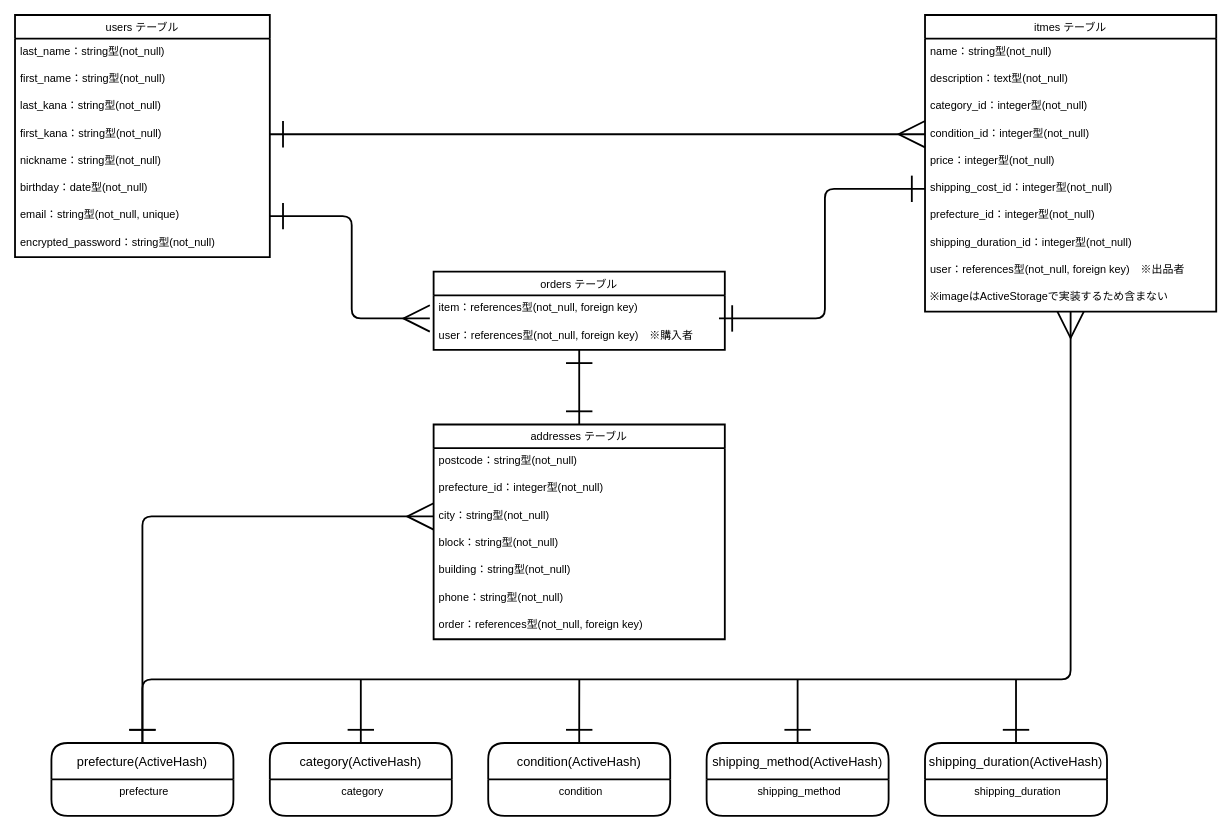
Earlier version of the draw.io diagram furimaER.dio (sssan-tech/furima-41472). Source tidied: cells renumbered, new cells numbered last; positions are measured from the earlier drawing's top-left corner, leaving out a move shared by most shapes. Both pictures are drawn from the tidied source at 91%, with x=0, y=0 at pixel (15, 15).
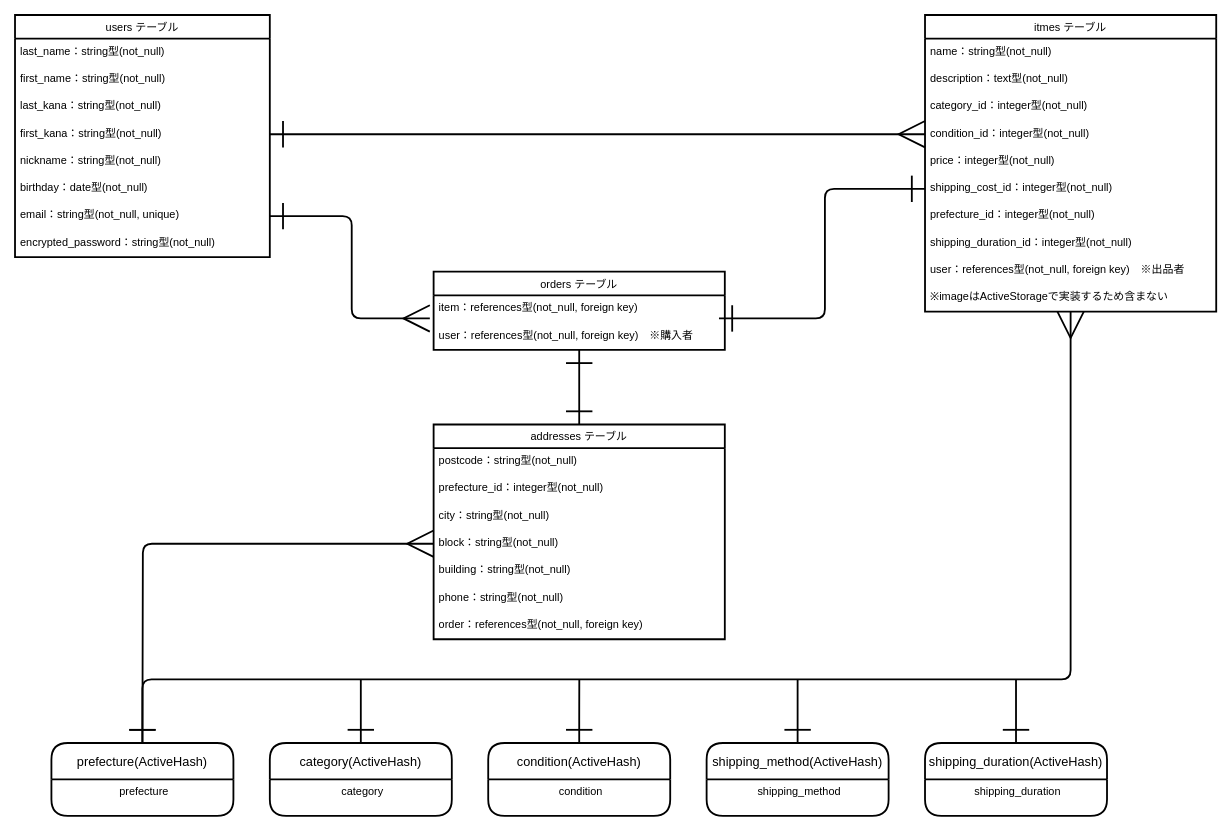
After the change.

Commit message (it also covers changes not shown here):
重複アソシエーション記載を削除

Unchanged cells that the change refers to:
```xml
<mxCell id="30" value="city：string型(not_null)&#10;" style="text;spacingLeft=4;spacingRight=4;overflow=hidden;points=[[0,0.5],[1,0.5]];portConstraint=eastwest;fontSize=12;labelBackgroundColor=none;labelBorderColor=none;strokeWidth=2;" parent="27" vertex="1">
  <mxGeometry y="86" width="320" height="30" as="geometry" />
</mxCell>
<mxCell id="31" value="block：string型(not_null)&#10;" style="text;spacingLeft=4;spacingRight=4;overflow=hidden;points=[[0,0.5],[1,0.5]];portConstraint=eastwest;fontSize=12;labelBackgroundColor=none;labelBorderColor=none;strokeWidth=2;" parent="27" vertex="1">
  <mxGeometry y="116" width="320" height="30" as="geometry" />
</mxCell>
<mxCell id="39" value="prefecture(ActiveHash)" style="swimlane;horizontal=1;startSize=40;rounded=1;fontSize=14;fontStyle=0;strokeWidth=2;shadow=0;dashed=0;align=center;labelBackgroundColor=none;labelBorderColor=none;fontColor=default;gradientColor=none;html=0;swimlaneFillColor=default;" parent="1" vertex="1">
  <mxGeometry x="40" y="800" width="200" height="80" as="geometry" />
</mxCell>
```

What changed in the source:
```diff
@@
-    <mxCell id="38" style="edgeStyle=orthogonalEdgeStyle;elbow=vertical;html=0;exitX=0.5;exitY=0;exitDx=0;exitDy=0;entryX=0;entryY=0.5;entryDx=0;entryDy=0;labelBackgroundColor=none;labelBorderColor=none;strokeWidth=2;fontSize=12;fontColor=default;startArrow=ERone;startFill=0;endArrow=ERmany;endFill=0;startSize=26;endSize=26;" parent="1" edge="1" source="39" target="30">
-      <mxGeometry relative="1" as="geometry" />
-    </mxCell>
@@
+    <mxCell id="54" style="edgeStyle=orthogonalEdgeStyle;html=0;exitX=0;exitY=0.5;exitDx=0;exitDy=0;labelBackgroundColor=none;labelBorderColor=none;strokeWidth=2;fontSize=12;fontColor=default;startArrow=ERmany;startFill=0;endArrow=ERone;endFill=0;startSize=26;endSize=26;elbow=vertical;" parent="1" edge="1" source="31">
+      <mxGeometry relative="1" as="geometry">
+        <mxPoint x="140" y="800" as="targetPoint" />
+      </mxGeometry>
+    </mxCell>
```
